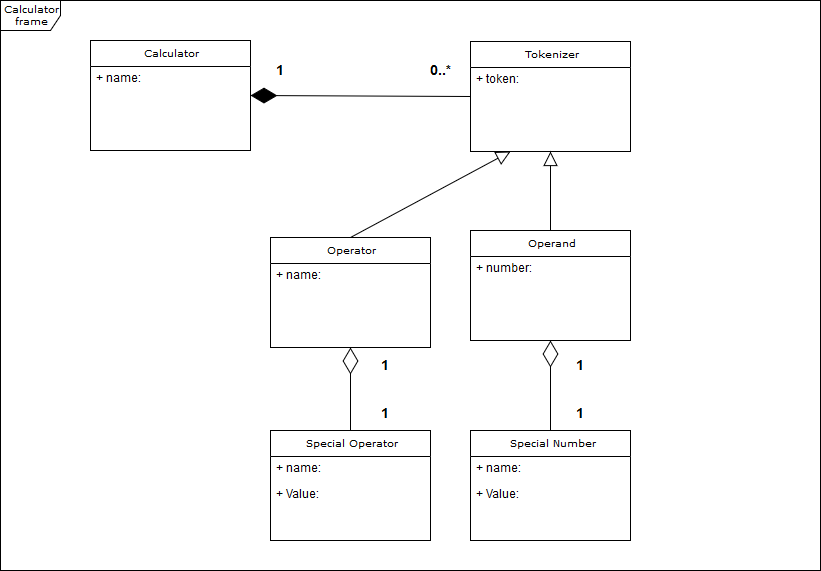
Above: uml.png in Hasib-rafi1/SRS-Silver-Ratio (draw.io), before the change. Source tidied: cells renumbered, new cells last; positions are measured from the earlier drawing's top-left corner, leaving out a move shared by most shapes. The source it was exported from:
```xml
<mxGraphModel background="#ffffff">
  <root>
    <mxCell id="0" />
    <mxCell id="1" parent="0" />
    <mxCell id="2" value="Calculator frame" style="shape=umlFrame;whiteSpace=wrap;html=1;rounded=0;shadow=0;comic=0;labelBackgroundColor=none;strokeColor=#000000;strokeWidth=1;fillColor=#ffffff;fontFamily=Verdana;fontSize=10;fontColor=#000000;align=center;" parent="1" vertex="1">
      <mxGeometry width="820" height="570" as="geometry" />
    </mxCell>
    <mxCell id="3" value="Calculator" style="swimlane;html=1;fontStyle=0;horizontal=1;startSize=26;fillColor=none;swimlaneFillColor=#ffffff;rounded=0;shadow=0;comic=0;labelBackgroundColor=none;strokeColor=#000000;strokeWidth=1;fontFamily=Verdana;fontSize=10;fontColor=#000000;align=center;" parent="1" vertex="1">
      <mxGeometry x="90" y="40" width="160" height="110" as="geometry" />
    </mxCell>
    <mxCell id="4" value="+ name: string" style="text;html=1;strokeColor=none;fillColor=none;align=left;verticalAlign=top;spacingLeft=4;spacingRight=4;whiteSpace=wrap;overflow=hidden;" parent="3" vertex="1">
      <mxGeometry y="26" width="160" height="26" as="geometry" />
    </mxCell>
    <mxCell id="5" value="Tokenizer" style="swimlane;html=1;fontStyle=0;horizontal=1;startSize=26;fillColor=none;swimlaneFillColor=#ffffff;rounded=0;shadow=0;comic=0;labelBackgroundColor=none;strokeColor=#000000;strokeWidth=1;fontFamily=Verdana;fontSize=10;fontColor=#000000;align=center;" parent="1" vertex="1">
      <mxGeometry x="470" y="41" width="160" height="110" as="geometry" />
    </mxCell>
    <mxCell id="6" value="+ token: String" style="text;html=1;strokeColor=none;fillColor=none;align=left;verticalAlign=top;spacingLeft=4;spacingRight=4;whiteSpace=wrap;overflow=hidden;" parent="5" vertex="1">
      <mxGeometry y="26" width="160" height="26" as="geometry" />
    </mxCell>
    <mxCell id="7" style="endArrow=diamondThin;endFill=1;endSize=24;html=1;entryX=1;entryY=0.5;entryDx=0;entryDy=0;exitX=0;exitY=0.5;exitDx=0;exitDy=0;" parent="1" edge="1" source="5" target="3">
      <mxGeometry relative="1" as="geometry" />
    </mxCell>
    <mxCell id="8" value="1" style="text;strokeColor=none;fillColor=none;html=1;fontSize=14;fontStyle=1;verticalAlign=middle;align=center;" parent="1" vertex="1">
      <mxGeometry x="260" y="55" width="40" height="32" as="geometry" />
    </mxCell>
    <mxCell id="9" value="0..*" style="text;strokeColor=none;fillColor=none;html=1;fontSize=14;fontStyle=1;verticalAlign=middle;align=center;" parent="1" vertex="1">
      <mxGeometry x="420" y="55" width="40" height="32" as="geometry" />
    </mxCell>
    <mxCell id="10" style="endArrow=block;endFill=0;endSize=12;html=1;fontSize=14;entryX=0.5;entryY=1;entryDx=0;entryDy=0;exitX=0.5;exitY=0;exitDx=0;exitDy=0;" parent="1" edge="1" source="11" target="5">
      <mxGeometry relative="1" as="geometry" />
    </mxCell>
    <mxCell id="11" value="Operand" style="swimlane;html=1;fontStyle=0;horizontal=1;startSize=26;fillColor=none;swimlaneFillColor=#ffffff;rounded=0;shadow=0;comic=0;labelBackgroundColor=none;strokeColor=#000000;strokeWidth=1;fontFamily=Verdana;fontSize=10;fontColor=#000000;align=center;" parent="1" vertex="1">
      <mxGeometry x="470" y="230" width="160" height="110" as="geometry" />
    </mxCell>
    <mxCell id="12" value="+ number: Double" style="text;html=1;strokeColor=none;fillColor=none;align=left;verticalAlign=top;spacingLeft=4;spacingRight=4;whiteSpace=wrap;overflow=hidden;" parent="11" vertex="1">
      <mxGeometry y="26" width="160" height="26" as="geometry" />
    </mxCell>
    <mxCell id="13" style="endArrow=diamondThin;endFill=0;endSize=24;html=1;fontSize=14;entryX=0.5;entryY=1;entryDx=0;entryDy=0;" parent="1" edge="1" source="14" target="11">
      <mxGeometry relative="1" as="geometry" />
    </mxCell>
    <mxCell id="14" value="Special Number" style="swimlane;html=1;fontStyle=0;horizontal=1;startSize=26;fillColor=none;swimlaneFillColor=#ffffff;rounded=0;shadow=0;comic=0;labelBackgroundColor=none;strokeColor=#000000;strokeWidth=1;fontFamily=Verdana;fontSize=10;fontColor=#000000;align=center;" parent="1" vertex="1">
      <mxGeometry x="470" y="430" width="160" height="110" as="geometry" />
    </mxCell>
    <mxCell id="15" value="+ name: String" style="text;html=1;strokeColor=none;fillColor=none;align=left;verticalAlign=top;spacingLeft=4;spacingRight=4;whiteSpace=wrap;overflow=hidden;" parent="14" vertex="1">
      <mxGeometry y="26" width="160" height="26" as="geometry" />
    </mxCell>
    <mxCell id="16" value="+ Value: Double" style="text;html=1;strokeColor=none;fillColor=none;align=left;verticalAlign=top;spacingLeft=4;spacingRight=4;whiteSpace=wrap;overflow=hidden;" parent="14" vertex="1">
      <mxGeometry y="52" width="160" height="26" as="geometry" />
    </mxCell>
    <mxCell id="17" value="1" style="text;strokeColor=none;fillColor=none;html=1;fontSize=14;fontStyle=1;verticalAlign=middle;align=center;" parent="1" vertex="1">
      <mxGeometry x="560" y="350" width="40" height="32" as="geometry" />
    </mxCell>
    <mxCell id="18" value="1" style="text;strokeColor=none;fillColor=none;html=1;fontSize=14;fontStyle=1;verticalAlign=middle;align=center;" parent="1" vertex="1">
      <mxGeometry x="560" y="398" width="40" height="32" as="geometry" />
    </mxCell>
    <mxCell id="19" style="endArrow=block;endFill=0;endSize=12;html=1;fontSize=14;entryX=0.25;entryY=1;entryDx=0;entryDy=0;exitX=0.5;exitY=0;exitDx=0;exitDy=0;" parent="1" edge="1" source="20" target="5">
      <mxGeometry relative="1" as="geometry" />
    </mxCell>
    <mxCell id="20" value="Operator" style="swimlane;html=1;fontStyle=0;horizontal=1;startSize=26;fillColor=none;swimlaneFillColor=#ffffff;rounded=0;shadow=0;comic=0;labelBackgroundColor=none;strokeColor=#000000;strokeWidth=1;fontFamily=Verdana;fontSize=10;fontColor=#000000;align=center;" parent="1" vertex="1">
      <mxGeometry x="270" y="237" width="160" height="110" as="geometry" />
    </mxCell>
    <mxCell id="21" value="+ name: String" style="text;html=1;strokeColor=none;fillColor=none;align=left;verticalAlign=top;spacingLeft=4;spacingRight=4;whiteSpace=wrap;overflow=hidden;" parent="20" vertex="1">
      <mxGeometry y="26" width="160" height="26" as="geometry" />
    </mxCell>
    <mxCell id="22" value="Special Operator" style="swimlane;html=1;fontStyle=0;horizontal=1;startSize=26;fillColor=none;swimlaneFillColor=#ffffff;rounded=0;shadow=0;comic=0;labelBackgroundColor=none;strokeColor=#000000;strokeWidth=1;fontFamily=Verdana;fontSize=10;fontColor=#000000;align=center;" parent="1" vertex="1">
      <mxGeometry x="270" y="430" width="160" height="110" as="geometry" />
    </mxCell>
    <mxCell id="23" value="+ name: String" style="text;html=1;strokeColor=none;fillColor=none;align=left;verticalAlign=top;spacingLeft=4;spacingRight=4;whiteSpace=wrap;overflow=hidden;" parent="22" vertex="1">
      <mxGeometry y="26" width="160" height="26" as="geometry" />
    </mxCell>
    <mxCell id="24" value="+ Value: Double" style="text;html=1;strokeColor=none;fillColor=none;align=left;verticalAlign=top;spacingLeft=4;spacingRight=4;whiteSpace=wrap;overflow=hidden;" parent="22" vertex="1">
      <mxGeometry y="52" width="160" height="26" as="geometry" />
    </mxCell>
    <mxCell id="25" style="endArrow=diamondThin;endFill=0;endSize=24;html=1;fontSize=14;entryX=0.5;entryY=1;entryDx=0;entryDy=0;exitX=0.5;exitY=0;exitDx=0;exitDy=0;" parent="1" edge="1" source="22" target="20">
      <mxGeometry relative="1" as="geometry" />
    </mxCell>
    <mxCell id="26" value="1" style="text;strokeColor=none;fillColor=none;html=1;fontSize=14;fontStyle=1;verticalAlign=middle;align=center;" parent="1" vertex="1">
      <mxGeometry x="365" y="350" width="40" height="32" as="geometry" />
    </mxCell>
    <mxCell id="27" value="1" style="text;strokeColor=none;fillColor=none;html=1;fontSize=14;fontStyle=1;verticalAlign=middle;align=center;" parent="1" vertex="1">
      <mxGeometry x="365" y="398" width="40" height="32" as="geometry" />
    </mxCell>
  </root>
</mxGraphModel>
```
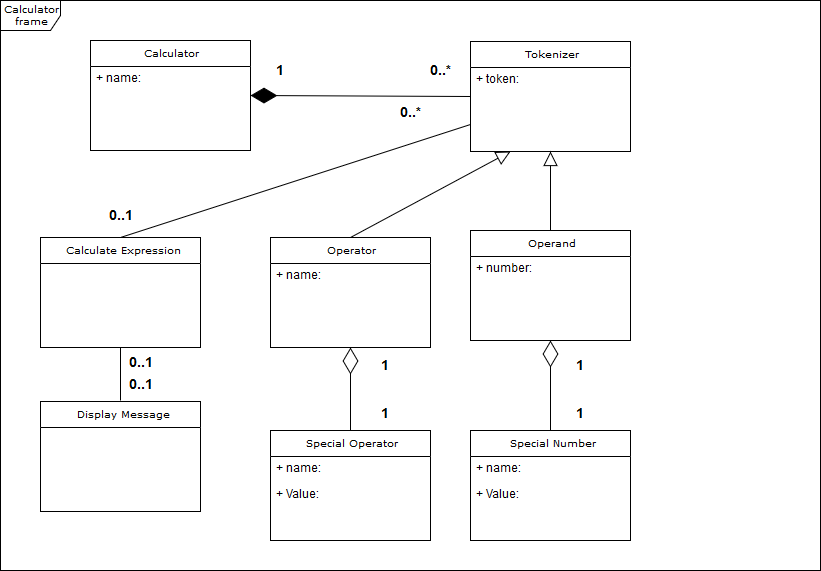
The same file after the commit.

Change to the diagram source:
```diff
@@ -80,5 +80,29 @@
     <mxCell id="27" value="1" style="text;strokeColor=none;fillColor=none;html=1;fontSize=14;fontStyle=1;verticalAlign=middle;align=center;" parent="1" vertex="1">
       <mxGeometry x="365" y="398" width="40" height="32" as="geometry" />
     </mxCell>
+    <mxCell id="28" value="Calculate Expression" style="swimlane;html=1;fontStyle=0;horizontal=1;startSize=26;fillColor=none;swimlaneFillColor=#ffffff;rounded=0;shadow=0;comic=0;labelBackgroundColor=none;strokeColor=#000000;strokeWidth=1;fontFamily=Verdana;fontSize=10;fontColor=#000000;align=center;" parent="1" vertex="1">
+      <mxGeometry x="40" y="237" width="160" height="110" as="geometry" />
+    </mxCell>
+    <mxCell id="29" style="endArrow=none;html=1;entryX=0;entryY=0.75;entryDx=0;entryDy=0;exitX=0.5;exitY=0;exitDx=0;exitDy=0;" parent="1" edge="1" source="28" target="5">
+      <mxGeometry relative="1" as="geometry" />
+    </mxCell>
+    <mxCell id="30" value="0..*" style="text;strokeColor=none;fillColor=none;html=1;fontSize=14;fontStyle=1;verticalAlign=middle;align=center;" parent="1" vertex="1">
+      <mxGeometry x="390" y="97" width="40" height="32" as="geometry" />
+    </mxCell>
+    <mxCell id="31" style="endArrow=none;html=1;entryX=0.5;entryY=1;entryDx=0;entryDy=0;exitX=0.146;exitY=0.702;exitDx=0;exitDy=0;exitPerimeter=0;" parent="1" edge="1" source="2" target="28">
+      <mxGeometry relative="1" as="geometry" />
+    </mxCell>
+    <mxCell id="32" value="Display Message" style="swimlane;html=1;fontStyle=0;horizontal=1;startSize=26;fillColor=none;swimlaneFillColor=#ffffff;rounded=0;shadow=0;comic=0;labelBackgroundColor=none;strokeColor=#000000;strokeWidth=1;fontFamily=Verdana;fontSize=10;fontColor=#000000;align=center;" parent="1" vertex="1">
+      <mxGeometry x="40" y="401" width="160" height="110" as="geometry" />
+    </mxCell>
+    <mxCell id="33" value="0..1" style="text;strokeColor=none;fillColor=none;html=1;fontSize=14;fontStyle=1;verticalAlign=middle;align=center;" parent="1" vertex="1">
+      <mxGeometry x="100" y="200" width="40" height="32" as="geometry" />
+    </mxCell>
+    <mxCell id="34" value="0..1" style="text;strokeColor=none;fillColor=none;html=1;fontSize=14;fontStyle=1;verticalAlign=middle;align=center;" parent="1" vertex="1">
+      <mxGeometry x="120" y="347" width="40" height="32" as="geometry" />
+    </mxCell>
+    <mxCell id="35" value="0..1" style="text;strokeColor=none;fillColor=none;html=1;fontSize=14;fontStyle=1;verticalAlign=middle;align=center;" parent="1" vertex="1">
+      <mxGeometry x="120" y="369" width="40" height="32" as="geometry" />
+    </mxCell>
   </root>
 </mxGraphModel>
```
